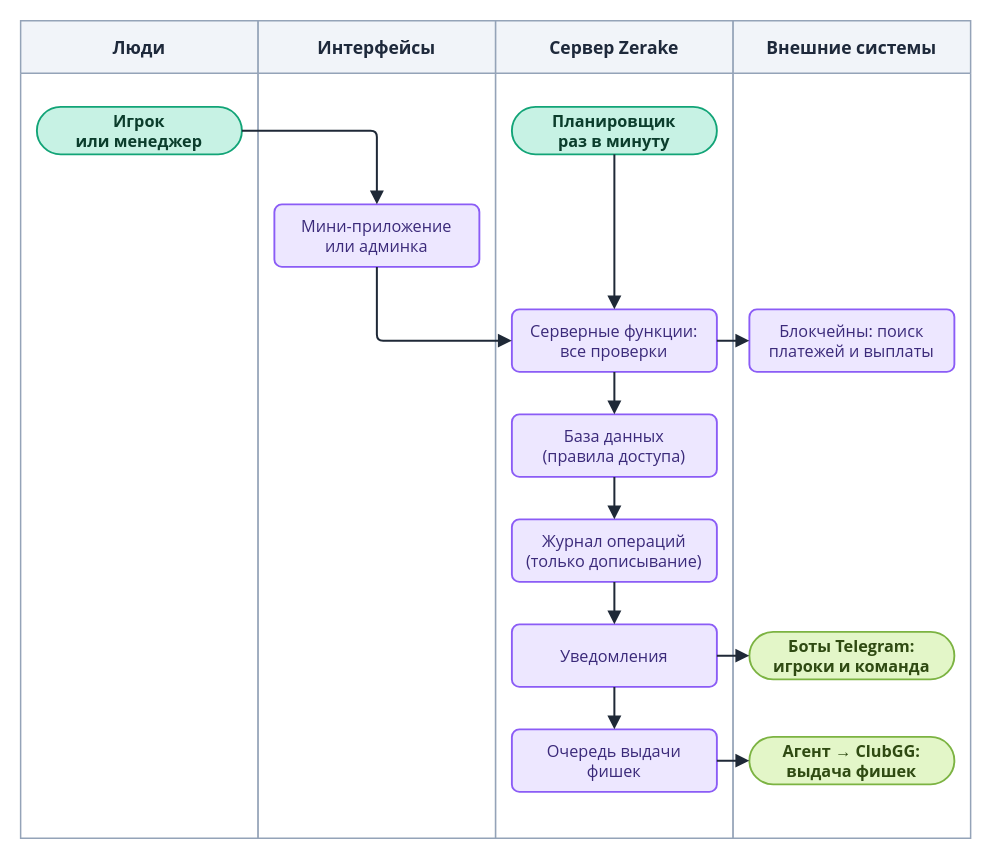
This is diagrams/drawio/architecture.drawio from LILSUFFER/zerake-docs, a draw.io file, before an edit. Source tidied: cells renumbered, new cells numbered last; positions are measured from the earlier drawing's top-left corner, leaving out a move shared by most shapes. Both pictures are drawn from the tidied source at 125%, with x=0, y=0 at pixel (20, 20).
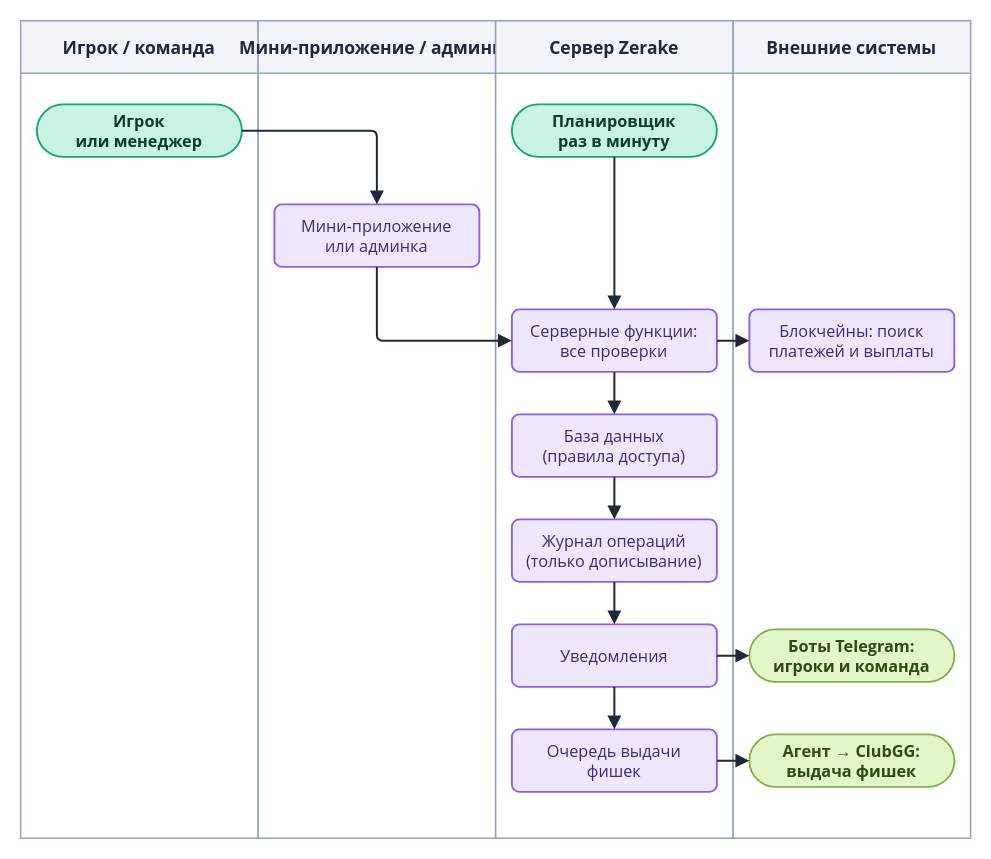
The same page after the edit.

The edit, as a diff of the source:
```diff
@@
-    <mxCell id="2" value="Люди" style="swimlane;horizontal=1;startSize=42;fillColor=#F1F4F9;swimlaneFillColor=#FFFFFF;strokeColor=#94A3B8;fontColor=#1E293B;fontStyle=1;fontSize=14;fontFamily=Segoe UI;strokeWidth=1.2;" parent="1" vertex="1">
+    <mxCell id="2" value="Игрок / команда" style="swimlane;horizontal=1;startSize=42;fillColor=#F1F4F9;swimlaneFillColor=#FFFFFF;strokeColor=#94A3B8;fontColor=#1E293B;fontStyle=1;fontSize=14;fontFamily=Segoe UI;strokeWidth=1.2;" parent="1" vertex="1">
       <mxGeometry width="190" height="654" as="geometry" />
     </mxCell>
-    <mxCell id="3" value="Интерфейсы" style="swimlane;horizontal=1;startSize=42;fillColor=#F1F4F9;swimlaneFillColor=#FFFFFF;strokeColor=#94A3B8;fontColor=#1E293B;fontStyle=1;fontSize=14;fontFamily=Segoe UI;strokeWidth=1.2;" parent="1" vertex="1">
+    <mxCell id="3" value="Мини-приложение / админка" style="swimlane;horizontal=1;startSize=42;fillColor=#F1F4F9;swimlaneFillColor=#FFFFFF;strokeColor=#94A3B8;fontColor=#1E293B;fontStyle=1;fontSize=14;fontFamily=Segoe UI;strokeWidth=1.2;" parent="1" vertex="1">
       <mxGeometry x="190" width="190" height="654" as="geometry" />
     </mxCell>
@@
-    <mxCell id="6" value="Игрок&#10;или менеджер" style="rounded=1;arcSize=50;html=0;fillColor=#C7F2E4;strokeColor=#12A477;fontColor=#0B3D2C;fontStyle=1;fontFamily=Segoe UI;fontSize=13;strokeWidth=1.5;" parent="1" vertex="1">
-      <mxGeometry x="13" y="69" width="164" height="38" as="geometry" />
+    <mxCell id="6" value="Игрок&#10;или менеджер" style="rounded=1;arcSize=50;html=0;fontStyle=1;fillColor=#C7F2E4;strokeColor=#12A477;fontColor=#0B3D2C;fontFamily=Segoe UI;fontSize=13;strokeWidth=1.5;" parent="1" vertex="1">
+      <mxGeometry x="13" y="67" width="164" height="42" as="geometry" />
     </mxCell>
@@
-    <mxCell id="8" value="Планировщик&#10;раз в минуту" style="rounded=1;arcSize=50;html=0;fillColor=#C7F2E4;strokeColor=#12A477;fontColor=#0B3D2C;fontStyle=1;fontFamily=Segoe UI;fontSize=13;strokeWidth=1.5;" parent="1" vertex="1">
-      <mxGeometry x="393" y="69" width="164" height="38" as="geometry" />
+    <mxCell id="8" value="Планировщик&#10;раз в минуту" style="rounded=1;arcSize=50;html=0;fontStyle=1;fillColor=#C7F2E4;strokeColor=#12A477;fontColor=#0B3D2C;fontFamily=Segoe UI;fontSize=13;strokeWidth=1.5;" parent="1" vertex="1">
+      <mxGeometry x="393" y="67" width="164" height="42" as="geometry" />
     </mxCell>
@@
-    <mxCell id="14" value="Боты Telegram:&#10;игроки и команда" style="rounded=1;arcSize=50;html=0;fillColor=#E3F6C8;strokeColor=#7CB342;fontColor=#2F4A12;fontStyle=1;fontFamily=Segoe UI;fontSize=13;strokeWidth=1.5;" parent="1" vertex="1">
-      <mxGeometry x="583" y="489" width="164" height="38" as="geometry" />
+    <mxCell id="14" value="Боты Telegram:&#10;игроки и команда" style="rounded=1;arcSize=50;html=0;fontStyle=1;fillColor=#E3F6C8;strokeColor=#7CB342;fontColor=#2F4A12;fontFamily=Segoe UI;fontSize=13;strokeWidth=1.5;" parent="1" vertex="1">
+      <mxGeometry x="583" y="487" width="164" height="42" as="geometry" />
     </mxCell>
@@
-    <mxCell id="16" value="Агент → ClubGG:&#10;выдача фишек" style="rounded=1;arcSize=50;html=0;fillColor=#E3F6C8;strokeColor=#7CB342;fontColor=#2F4A12;fontStyle=1;fontFamily=Segoe UI;fontSize=13;strokeWidth=1.5;" parent="1" vertex="1">
-      <mxGeometry x="583" y="573" width="164" height="38" as="geometry" />
+    <mxCell id="16" value="Агент → ClubGG:&#10;выдача фишек" style="rounded=1;arcSize=50;html=0;fontStyle=1;fillColor=#E3F6C8;strokeColor=#7CB342;fontColor=#2F4A12;fontFamily=Segoe UI;fontSize=13;strokeWidth=1.5;" parent="1" vertex="1">
+      <mxGeometry x="583" y="571" width="164" height="42" as="geometry" />
     </mxCell>
```
